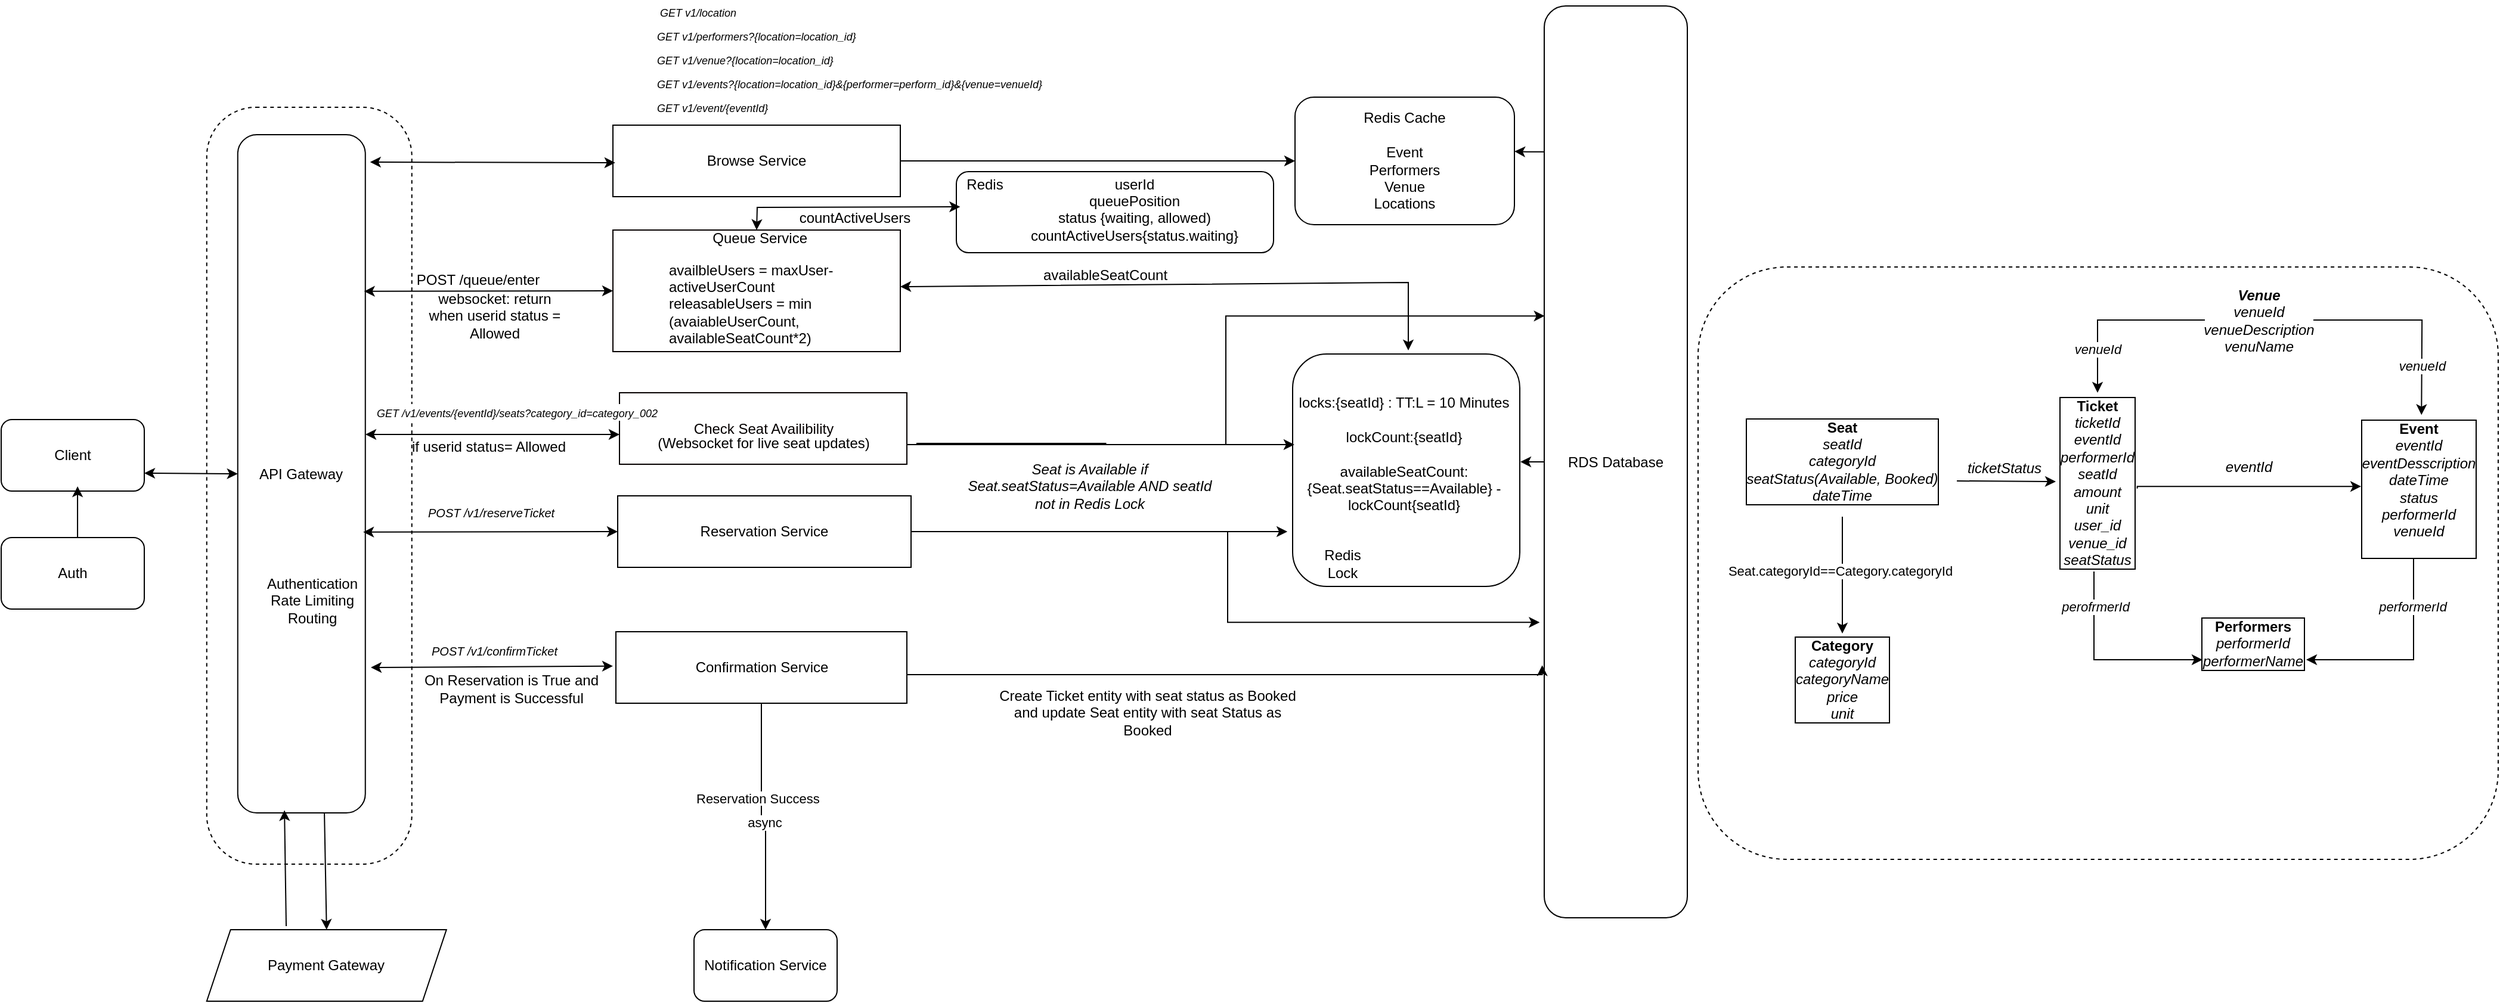
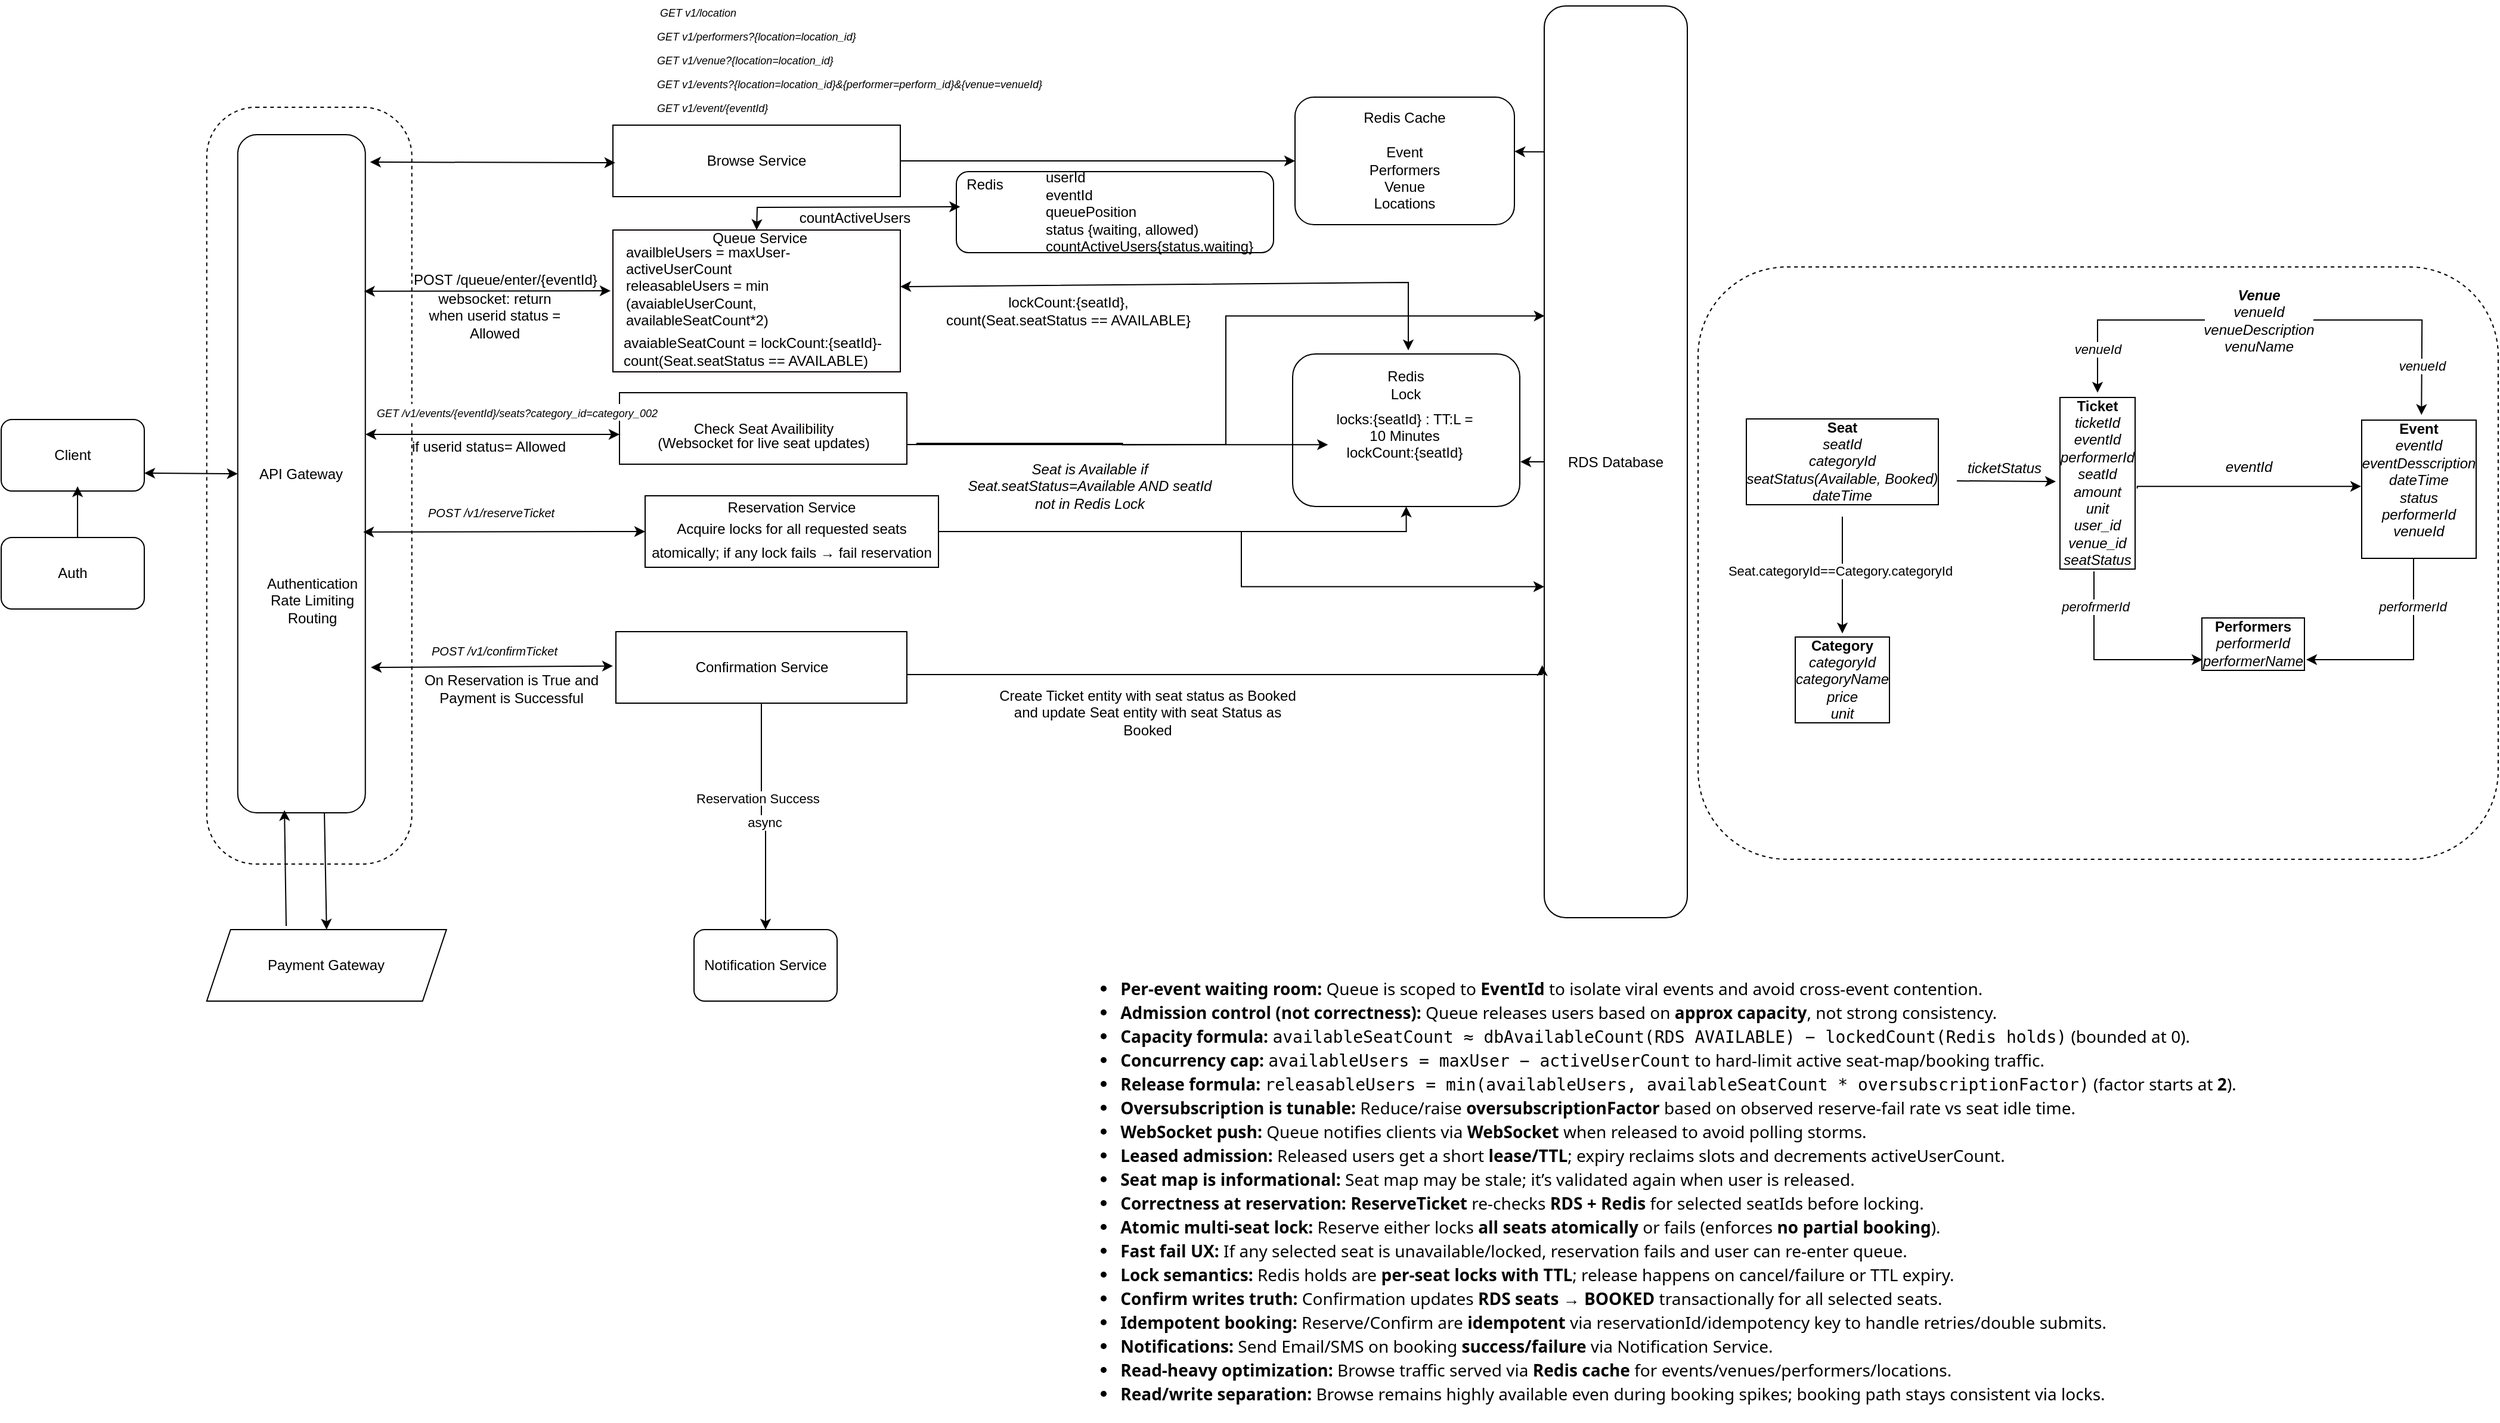
<mxfile host="Electron">
  <diagram name="Page-1" id="JTlsOs62jDvSGpNJLs1I">
-     <mxGraphModel dx="905" dy="1693" grid="0" gridSize="10" guides="1" tooltips="1" connect="1" arrows="1" fold="1" page="1" pageScale="1" pageWidth="850" pageHeight="1100" math="0" shadow="0">
+     <mxGraphModel dx="2867" dy="2977" grid="0" gridSize="10" guides="1" tooltips="1" connect="1" arrows="1" fold="1" page="1" pageScale="1" pageWidth="850" pageHeight="1100" math="0" shadow="0">
      <root>
        <mxCell id="0" />
        <mxCell id="1" parent="0" />
        <mxCell id="8WxnnMFKF0vpLti6PXvg-32" parent="1" style="rounded=1;whiteSpace=wrap;html=1;fillColor=none;dashed=1;" value="" vertex="1">
          <mxGeometry height="497" width="671" x="1471" y="112" as="geometry" />
        </mxCell>
        <mxCell id="8WxnnMFKF0vpLti6PXvg-46" parent="1" style="rounded=0;whiteSpace=wrap;html=1;strokeColor=#050000;fontColor=#FEFAE0;fillColor=none;" value="&lt;font style=&quot;color: rgb(5, 0, 0);&quot;&gt;Check Seat Availibility&lt;/font&gt;" vertex="1">
          <mxGeometry height="60" width="241" x="566.5" y="217.5" as="geometry" />
        </mxCell>
        <mxCell id="dMjLUbfOzXkTQUA531XS-1" parent="1" style="rounded=1;whiteSpace=wrap;html=1;" value="Client" vertex="1">
          <mxGeometry height="60" width="120" x="48" y="240" as="geometry" />
        </mxCell>
        <mxCell id="dMjLUbfOzXkTQUA531XS-3" edge="1" parent="1" style="endArrow=classic;startArrow=classic;html=1;rounded=0;exitX=0.464;exitY=1.008;exitDx=0;exitDy=0;exitPerimeter=0;" value="">
          <mxGeometry height="50" relative="1" width="50" as="geometry">
            <mxPoint x="112.04999999999984" y="296" as="sourcePoint" />
            <mxPoint x="112" y="366.02" as="targetPoint" />
          </mxGeometry>
        </mxCell>
        <mxCell id="dMjLUbfOzXkTQUA531XS-5" parent="1" style="rounded=1;whiteSpace=wrap;html=1;" value="Auth" vertex="1">
          <mxGeometry height="60" width="120" x="48" y="339" as="geometry" />
        </mxCell>
        <mxCell id="dMjLUbfOzXkTQUA531XS-8" parent="1" style="text;html=1;whiteSpace=wrap;strokeColor=none;fillColor=none;align=center;verticalAlign=middle;rounded=0;" value="JWT Authorizer" vertex="1">
          <mxGeometry height="30" width="88" x="269.37" y="116" as="geometry" />
        </mxCell>
        <mxCell id="dMjLUbfOzXkTQUA531XS-7" parent="1" style="rounded=1;whiteSpace=wrap;html=1;dashed=1;arcSize=24;" value="" vertex="1">
          <mxGeometry height="635" width="172" x="220.37" y="-22" as="geometry" />
        </mxCell>
        <mxCell id="dMjLUbfOzXkTQUA531XS-6" parent="1" style="rounded=1;whiteSpace=wrap;html=1;" value="API Gateway" vertex="1">
          <mxGeometry height="569" width="107" x="246.37" y="1" as="geometry" />
        </mxCell>
        <mxCell id="dMjLUbfOzXkTQUA531XS-13" edge="1" parent="1" source="dMjLUbfOzXkTQUA531XS-1" style="endArrow=classic;startArrow=classic;html=1;rounded=0;exitX=1;exitY=0.75;exitDx=0;exitDy=0;entryX=0;entryY=0.5;entryDx=0;entryDy=0;" target="dMjLUbfOzXkTQUA531XS-6" value="">
          <mxGeometry height="50" relative="1" width="50" as="geometry">
            <mxPoint x="188.37" y="358.5" as="sourcePoint" />
            <mxPoint x="463.37" y="318" as="targetPoint" />
          </mxGeometry>
        </mxCell>
        <mxCell id="dMjLUbfOzXkTQUA531XS-14" parent="1" style="text;html=1;whiteSpace=wrap;strokeColor=none;fillColor=none;align=center;verticalAlign=middle;rounded=0;" value="Authentication&lt;div&gt;Rate Limiting&lt;/div&gt;&lt;div&gt;Routing&lt;/div&gt;" vertex="1">
          <mxGeometry height="40" width="60" x="279.37" y="372" as="geometry" />
        </mxCell>
        <mxCell id="dMjLUbfOzXkTQUA531XS-15" parent="1" style="rounded=0;whiteSpace=wrap;html=1;" value="Browse Service" vertex="1">
          <mxGeometry height="60" width="241" x="561" y="-7" as="geometry" />
        </mxCell>
        <mxCell id="dMjLUbfOzXkTQUA531XS-84" edge="1" parent="1" style="edgeStyle=orthogonalEdgeStyle;rounded=0;orthogonalLoop=1;jettySize=auto;html=1;">
          <mxGeometry relative="1" as="geometry">
            <Array as="points">
              <mxPoint x="2071" y="441.5" />
            </Array>
            <mxPoint x="2071" y="356.5" as="sourcePoint" />
            <mxPoint x="1981" y="441.5" as="targetPoint" />
          </mxGeometry>
        </mxCell>
        <mxCell id="dMjLUbfOzXkTQUA531XS-90" connectable="0" parent="dMjLUbfOzXkTQUA531XS-84" style="edgeLabel;html=1;align=center;verticalAlign=middle;resizable=0;points=[];" value="&lt;i&gt;performerId&lt;/i&gt;" vertex="1">
          <mxGeometry relative="1" x="-0.5429" y="-1" as="geometry">
            <mxPoint as="offset" />
          </mxGeometry>
        </mxCell>
        <mxCell id="dMjLUbfOzXkTQUA531XS-21" parent="1" style="text;html=1;strokeColor=none;fillColor=none;align=center;verticalAlign=middle;rounded=0;labelBorderColor=default;" value="&lt;b&gt;Event&lt;/b&gt;&lt;br&gt;&lt;i&gt;eventId&lt;br&gt;eventDesscription&lt;br&gt;dateTime&lt;br&gt;status&lt;br&gt;performerId&lt;br&gt;venueId&lt;br&gt;&lt;br&gt;&lt;/i&gt;" vertex="1">
          <mxGeometry height="100" width="114" x="2018" y="247.5" as="geometry" />
        </mxCell>
        <mxCell id="dMjLUbfOzXkTQUA531XS-86" edge="1" parent="1" source="dMjLUbfOzXkTQUA531XS-25" style="edgeStyle=orthogonalEdgeStyle;rounded=0;orthogonalLoop=1;jettySize=auto;html=1;entryX=0.5;entryY=0;entryDx=0;entryDy=0;" target="dMjLUbfOzXkTQUA531XS-34">
          <mxGeometry relative="1" as="geometry" />
        </mxCell>
        <mxCell id="dMjLUbfOzXkTQUA531XS-88" connectable="0" parent="dMjLUbfOzXkTQUA531XS-86" style="edgeLabel;html=1;align=center;verticalAlign=middle;resizable=0;points=[];" value="&lt;i&gt;venueId&lt;/i&gt;" vertex="1">
          <mxGeometry relative="1" x="0.5068" as="geometry">
            <mxPoint as="offset" />
          </mxGeometry>
        </mxCell>
        <mxCell id="dMjLUbfOzXkTQUA531XS-87" edge="1" parent="1" source="dMjLUbfOzXkTQUA531XS-25" style="edgeStyle=orthogonalEdgeStyle;rounded=0;orthogonalLoop=1;jettySize=auto;html=1;">
          <mxGeometry relative="1" as="geometry">
            <mxPoint x="2077.647216796875" y="236.14708754595586" as="targetPoint" />
          </mxGeometry>
        </mxCell>
        <mxCell id="dMjLUbfOzXkTQUA531XS-89" connectable="0" parent="dMjLUbfOzXkTQUA531XS-87" style="edgeLabel;html=1;align=center;verticalAlign=middle;resizable=0;points=[];" value="&lt;i&gt;venueId&lt;/i&gt;" vertex="1">
          <mxGeometry relative="1" x="0.5135" as="geometry">
            <mxPoint as="offset" />
          </mxGeometry>
        </mxCell>
        <mxCell id="dMjLUbfOzXkTQUA531XS-25" parent="1" style="text;html=1;whiteSpace=wrap;strokeColor=none;fillColor=none;align=center;verticalAlign=middle;rounded=0;" value="&lt;i&gt;&lt;b&gt;Venue&lt;/b&gt;&lt;br&gt;venueId&lt;br&gt;venueDescription&lt;br&gt;venuName&lt;/i&gt;&lt;span style=&quot;color: rgba(0, 0, 0, 0); font-family: monospace; font-size: 0px; text-align: start; text-wrap-mode: nowrap;&quot;&gt;%3CmxGraphModel%3E%3Croot%3E%3CmxCell%20id%3D%220%22%2F%3E%3CmxCell%20id%3D%221%22%20parent%3D%220%22%2F%3E%3CmxCell%20id%3D%222%22%20parent%3D%221%22%20style%3D%22text%3Bhtml%3D1%3BwhiteSpace%3Dwrap%3BstrokeColor%3Dnone%3BfillColor%3Dnone%3Balign%3Dcenter%3BverticalAlign%3Dmiddle%3Brounded%3D0%3B%22%20value%3D%22%26lt%3Bb%26gt%3BEvent%26lt%3B%2Fb%26gt%3B%26lt%3Bbr%26gt%3B%26lt%3Bi%26gt%3BeventId%26lt%3Bbr%26gt%3BeventDesscription%26lt%3Bbr%26gt%3BdateTime%26lt%3Bbr%26gt%3Bstatus%26lt%3Bbr%26gt%3B%26lt%3Bbr%26gt%3B%26lt%3B%2Fi%26gt%3B%22%20vertex%3D%221%22%3E%3CmxGeometry%20height%3D%2233%22%20width%3D%22196%22%20x%3D%221063%22%20y%3D%22-10%22%20as%3D%22geometry%22%2F%3E%3C%2FmxCell%3E%3C%2Froot%3E%3C%2FmxGraphModel%3E&lt;/span&gt;" vertex="1">
          <mxGeometry height="67" width="91" x="1896" y="123" as="geometry" />
        </mxCell>
        <mxCell id="dMjLUbfOzXkTQUA531XS-26" parent="1" style="text;html=1;whiteSpace=wrap;strokeColor=none;fillColor=none;align=center;verticalAlign=middle;rounded=0;labelBorderColor=default;" value="&lt;b&gt;Performers&lt;/b&gt;&lt;br&gt;&lt;i&gt;performerId&lt;br&gt;performerName&lt;/i&gt;" vertex="1">
          <mxGeometry height="57" width="73" x="1900" y="399" as="geometry" />
        </mxCell>
        <mxCell id="dMjLUbfOzXkTQUA531XS-27" parent="1" style="text;html=1;whiteSpace=wrap;strokeColor=none;fillColor=none;align=left;verticalAlign=middle;rounded=0;fontFamily=Helvetica;" value="&lt;div style=&quot;line-height: 19px; white-space: pre;&quot;&gt;&lt;div style=&quot;line-height: 19px;&quot;&gt;&lt;div style=&quot;line-height: 19px;&quot;&gt;&lt;div style=&quot;line-height: 19px;&quot;&gt;&lt;div style=&quot;line-height: 19px;&quot;&gt;&lt;div style=&quot;line-height: 19px;&quot;&gt;&lt;div style=&quot;line-height: 19px;&quot;&gt;&lt;i style=&quot;&quot;&gt;&lt;font style=&quot;font-size: 9px;&quot;&gt;&lt;span&gt;&amp;nbsp;GET v&lt;/span&gt;&lt;span&gt;1&lt;/span&gt;&lt;span&gt;/location&lt;br&gt;&lt;/span&gt;&lt;/font&gt;&lt;/i&gt;&lt;div style=&quot;line-height: 19px;&quot;&gt;&lt;i&gt;&lt;font style=&quot;font-size: 9px;&quot;&gt;&lt;span&gt;GET v&lt;/span&gt;&lt;span&gt;1&lt;/span&gt;&lt;span&gt;/performers?{&lt;/span&gt;&lt;span&gt;location=location_id&lt;/span&gt;&lt;span&gt;}&lt;br&gt;&lt;/span&gt;&lt;/font&gt;&lt;/i&gt;&lt;div style=&quot;line-height: 19px;&quot;&gt;&lt;i&gt;&lt;font style=&quot;font-size: 9px;&quot;&gt;&lt;span&gt;GET v&lt;/span&gt;&lt;span&gt;1&lt;/span&gt;&lt;span&gt;/venue?{&lt;/span&gt;&lt;span&gt;location=location_id&lt;/span&gt;&lt;span&gt;}&lt;br&gt;&lt;/span&gt;&lt;/font&gt;&lt;/i&gt;&lt;div style=&quot;line-height: 19px;&quot;&gt;&lt;i&gt;&lt;font style=&quot;font-size: 9px;&quot;&gt;&lt;span&gt;GET v&lt;/span&gt;&lt;span&gt;1&lt;/span&gt;&lt;span&gt;/events?{&lt;/span&gt;&lt;span&gt;location=location_id&lt;/span&gt;&lt;span&gt;}&amp;amp;{&lt;/span&gt;&lt;span&gt;performer=perform_id&lt;/span&gt;&lt;span&gt;}&amp;amp;{&lt;/span&gt;&lt;span&gt;venue=venueId&lt;/span&gt;&lt;span&gt;}&lt;br&gt;&lt;/span&gt;&lt;/font&gt;&lt;/i&gt;&lt;div style=&quot;line-height: 19px;&quot;&gt;&lt;i&gt;&lt;font style=&quot;font-size: 9px;&quot;&gt;&lt;span&gt;GET v&lt;/span&gt;&lt;span&gt;1&lt;/span&gt;&lt;span&gt;/event/{&lt;/span&gt;&lt;span&gt;eventId&lt;/span&gt;&lt;span&gt;}&lt;/span&gt;&lt;/font&gt;&lt;/i&gt;&lt;div style=&quot;line-height: 19px;&quot;&gt;&lt;span&gt;&lt;span style=&quot;color: rgb(181, 206, 168); font-size: 14px; background-color: rgb(18, 19, 20);&quot;&gt;&lt;br&gt;&lt;/span&gt;&lt;/span&gt;&lt;/div&gt;&lt;span style=&quot;font-size: 14px; background-color: rgb(18, 19, 20); color: rgb(212, 212, 212);&quot;&gt;&lt;/span&gt;&lt;/div&gt;&lt;span style=&quot;font-size: 14px; background-color: rgb(18, 19, 20); color: rgb(212, 212, 212);&quot;&gt;&lt;/span&gt;&lt;/div&gt;&lt;span style=&quot;font-size: 14px; background-color: rgb(18, 19, 20); color: rgb(212, 212, 212);&quot;&gt;&lt;/span&gt;&lt;/div&gt;&lt;span style=&quot;font-size: 14px; background-color: rgb(18, 19, 20); color: rgb(212, 212, 212);&quot;&gt;&lt;/span&gt;&lt;/div&gt;&lt;span style=&quot;font-size: 14px; background-color: rgb(18, 19, 20); color: rgb(212, 212, 212);&quot;&gt;&lt;/span&gt;&lt;/div&gt;&lt;/div&gt;&lt;span style=&quot;color: rgb(212, 212, 212); font-size: 14px; background-color: rgb(18, 19, 20);&quot;&gt;&lt;/span&gt;&lt;/div&gt;&lt;span style=&quot;color: rgb(212, 212, 212); font-size: 14px; background-color: rgb(18, 19, 20);&quot;&gt;&lt;/span&gt;&lt;/div&gt;&lt;span style=&quot;color: rgb(212, 212, 212); font-size: 14px; background-color: rgb(18, 19, 20);&quot;&gt;&lt;/span&gt;&lt;/div&gt;&lt;span style=&quot;color: rgb(212, 212, 212); font-size: 14px; background-color: rgb(18, 19, 20);&quot;&gt;&lt;/span&gt;&lt;/div&gt;&lt;span style=&quot;color: rgb(212, 212, 212); font-size: 14px; background-color: rgb(18, 19, 20);&quot;&gt;&lt;/span&gt;&lt;/div&gt;" vertex="1">
          <mxGeometry height="30" width="60" x="596" y="-67" as="geometry" />
        </mxCell>
-         <mxCell id="AtqJ98JdHEPPUzc0A_OA-58" edge="1" parent="1" source="dMjLUbfOzXkTQUA531XS-28" style="edgeStyle=orthogonalEdgeStyle;rounded=0;orthogonalLoop=1;jettySize=auto;html=1;">
-           <mxGeometry relative="1" as="geometry">
-             <mxPoint x="1126.578947368421" y="334" as="targetPoint" />
-           </mxGeometry>
-         </mxCell>
-         <mxCell id="dMjLUbfOzXkTQUA531XS-28" parent="1" style="rounded=0;whiteSpace=wrap;html=1;" value="Reservation Service" vertex="1">
-           <mxGeometry height="60" width="246" x="565" y="304" as="geometry" />
+         <mxCell id="AtqJ98JdHEPPUzc0A_OA-76" edge="1" parent="1" source="dMjLUbfOzXkTQUA531XS-28" style="edgeStyle=orthogonalEdgeStyle;rounded=0;orthogonalLoop=1;jettySize=auto;html=1;entryX=0.5;entryY=1;entryDx=0;entryDy=0;" target="8WxnnMFKF0vpLti6PXvg-3">
+           <mxGeometry relative="1" as="geometry" />
+         </mxCell>
+         <mxCell id="dMjLUbfOzXkTQUA531XS-28" parent="1" style="rounded=0;whiteSpace=wrap;html=1;align=center;" value="&lt;font face=&quot;Helvetica&quot;&gt;Reservation Service&lt;br&gt;&lt;/font&gt;&lt;div style=&quot;line-height: 20px;&quot;&gt;&lt;font face=&quot;Helvetica&quot;&gt;Acquire locks for all requested seats atomically; if any lock fails → fail reservation&lt;/font&gt;&lt;/div&gt;" vertex="1">
+           <mxGeometry height="60" width="246" x="588" y="304" as="geometry" />
        </mxCell>
        <mxCell id="dMjLUbfOzXkTQUA531XS-81" edge="1" parent="1" style="edgeStyle=orthogonalEdgeStyle;rounded=0;orthogonalLoop=1;jettySize=auto;html=1;" value="">
          <mxGeometry relative="1" as="geometry">
            <mxPoint x="1592" y="321.5" as="sourcePoint" />
            <mxPoint x="1592" y="419.5" as="targetPoint" />
          </mxGeometry>
        </mxCell>
        <mxCell id="dMjLUbfOzXkTQUA531XS-82" connectable="0" parent="dMjLUbfOzXkTQUA531XS-81" style="edgeLabel;html=1;align=center;verticalAlign=middle;resizable=0;points=[];" value="Seat.categoryId==Category.categoryId" vertex="1">
          <mxGeometry relative="1" x="-0.0865" y="-2" as="geometry">
            <mxPoint as="offset" />
          </mxGeometry>
        </mxCell>
        <mxCell id="dMjLUbfOzXkTQUA531XS-32" parent="1" style="text;html=1;whiteSpace=wrap;strokeColor=none;fillColor=none;align=center;verticalAlign=middle;rounded=0;labelBorderColor=default;" value="&lt;b&gt;Seat&lt;/b&gt;&lt;br&gt;&lt;i&gt;seatId&lt;br&gt;categoryId&lt;br&gt;seatStatus(Available, Booked)&lt;br&gt;dateTime&lt;/i&gt;" vertex="1">
          <mxGeometry height="33" width="192" x="1496" y="258.5" as="geometry" />
        </mxCell>
        <mxCell id="dMjLUbfOzXkTQUA531XS-33" parent="1" style="text;html=1;whiteSpace=wrap;strokeColor=none;fillColor=none;align=center;verticalAlign=middle;rounded=0;labelBorderColor=default;" value="&lt;b&gt;Category&lt;/b&gt;&lt;br&gt;&lt;i&gt;categoryId&lt;br&gt;categoryName&lt;br&gt;price&lt;br&gt;unit&lt;/i&gt;" vertex="1">
          <mxGeometry height="14" width="72" x="1556" y="450.5" as="geometry" />
        </mxCell>
        <mxCell id="dMjLUbfOzXkTQUA531XS-79" edge="1" parent="1" source="dMjLUbfOzXkTQUA531XS-34" style="edgeStyle=orthogonalEdgeStyle;rounded=0;orthogonalLoop=1;jettySize=auto;html=1;exitX=0.962;exitY=0.536;exitDx=0;exitDy=0;exitPerimeter=0;">
          <mxGeometry relative="1" as="geometry">
            <Array as="points">
              <mxPoint x="1839" y="296" />
            </Array>
            <mxPoint x="1862" y="296.5" as="sourcePoint" />
            <mxPoint x="2027.04347826087" y="296.07" as="targetPoint" />
          </mxGeometry>
        </mxCell>
        <mxCell id="dMjLUbfOzXkTQUA531XS-83" edge="1" parent="1" source="dMjLUbfOzXkTQUA531XS-34" style="edgeStyle=orthogonalEdgeStyle;rounded=0;orthogonalLoop=1;jettySize=auto;html=1;">
          <mxGeometry relative="1" as="geometry">
            <Array as="points">
              <mxPoint x="1803" y="441.5" />
            </Array>
            <mxPoint x="1894" y="441.5" as="targetPoint" />
          </mxGeometry>
        </mxCell>
        <mxCell id="dMjLUbfOzXkTQUA531XS-91" connectable="0" parent="dMjLUbfOzXkTQUA531XS-83" style="edgeLabel;html=1;align=center;verticalAlign=middle;resizable=0;points=[];" value="&lt;i&gt;perofrmerId&lt;/i&gt;" vertex="1">
          <mxGeometry relative="1" x="-0.6414" y="1" as="geometry">
            <mxPoint as="offset" />
          </mxGeometry>
        </mxCell>
        <mxCell id="dMjLUbfOzXkTQUA531XS-34" parent="1" style="text;html=1;whiteSpace=wrap;strokeColor=none;fillColor=none;align=center;verticalAlign=middle;rounded=0;labelBorderColor=default;" value="&lt;b&gt;Ticket&lt;/b&gt;&lt;br&gt;&lt;i&gt;ticketId&lt;br&gt;eventId&lt;br&gt;performerId&lt;br&gt;seatId&lt;br&gt;amount&lt;br&gt;unit&lt;br&gt;user_id&lt;br&gt;venue_id&lt;br&gt;seatStatus&lt;/i&gt;" vertex="1">
          <mxGeometry height="150" width="72" x="1770" y="217.5" as="geometry" />
        </mxCell>
        <mxCell id="dMjLUbfOzXkTQUA531XS-37" parent="1" style="rounded=1;whiteSpace=wrap;html=1;" value="Redis Cache&lt;br&gt;&lt;br&gt;Event&lt;br&gt;Performers&lt;br&gt;Venue&lt;br&gt;Locations" vertex="1">
          <mxGeometry height="107" width="184" x="1133" y="-30.5" as="geometry" />
        </mxCell>
        <mxCell id="dMjLUbfOzXkTQUA531XS-47" parent="1" style="text;whiteSpace=wrap;html=1;fontFamily=Helvetica;" value="&lt;span style=&quot;color: rgb(0, 0, 0); font-size: 10px; font-style: italic; font-variant-ligatures: normal; font-variant-caps: normal; font-weight: 400; letter-spacing: normal; orphans: 2; text-align: right; text-indent: 0px; text-transform: none; widows: 2; word-spacing: 0px; -webkit-text-stroke-width: 0px; white-space: pre; background-color: rgb(255, 255, 255); text-decoration-thickness: initial; text-decoration-style: initial; text-decoration-color: initial; float: none; display: inline !important;&quot;&gt;POST /v1/confirmTicket&lt;/span&gt;" vertex="1">
          <mxGeometry height="36" width="149" x="406.9961162860577" y="420.0031144831728" as="geometry" />
        </mxCell>
        <mxCell id="dMjLUbfOzXkTQUA531XS-55" parent="1" style="shape=parallelogram;perimeter=parallelogramPerimeter;whiteSpace=wrap;html=1;fixedSize=1;" value="Payment Gateway" vertex="1">
          <mxGeometry height="60" width="201" x="220.37" y="668" as="geometry" />
        </mxCell>
        <mxCell id="dMjLUbfOzXkTQUA531XS-64" edge="1" parent="1" source="dMjLUbfOzXkTQUA531XS-57" style="edgeStyle=orthogonalEdgeStyle;rounded=0;orthogonalLoop=1;jettySize=auto;html=1;" target="dMjLUbfOzXkTQUA531XS-63" value="">
          <mxGeometry relative="1" as="geometry" />
        </mxCell>
        <mxCell id="dMjLUbfOzXkTQUA531XS-65" connectable="0" parent="dMjLUbfOzXkTQUA531XS-64" style="edgeLabel;html=1;align=center;verticalAlign=middle;resizable=0;points=[];" value="async" vertex="1">
          <mxGeometry relative="1" x="0.0693" y="-1" as="geometry">
            <mxPoint as="offset" />
          </mxGeometry>
        </mxCell>
        <mxCell id="dMjLUbfOzXkTQUA531XS-57" parent="1" style="rounded=0;whiteSpace=wrap;html=1;" value="Confirmation Service" vertex="1">
          <mxGeometry height="60" width="244" x="563.5" y="418" as="geometry" />
        </mxCell>
        <mxCell id="dMjLUbfOzXkTQUA531XS-63" parent="1" style="rounded=1;whiteSpace=wrap;html=1;" value="Notification Service" vertex="1">
          <mxGeometry height="60" width="120" x="629" y="668" as="geometry" />
        </mxCell>
        <mxCell id="dMjLUbfOzXkTQUA531XS-67" parent="1" style="text;html=1;whiteSpace=wrap;strokeColor=none;fillColor=none;align=center;verticalAlign=middle;rounded=0;" value="&lt;i&gt;ticketStatus&lt;/i&gt;" vertex="1">
          <mxGeometry height="32.5" width="62" x="1697" y="264.5" as="geometry" />
        </mxCell>
        <mxCell id="dMjLUbfOzXkTQUA531XS-73" edge="1" parent="1" source="dMjLUbfOzXkTQUA531XS-32" style="endArrow=classic;html=1;rounded=0;exitX=1;exitY=1;exitDx=0;exitDy=0;" value="">
          <mxGeometry height="50" relative="1" width="50" as="geometry">
            <mxPoint x="1848" y="188.5" as="sourcePoint" />
            <mxPoint x="1771" y="292" as="targetPoint" />
          </mxGeometry>
        </mxCell>
        <mxCell id="dMjLUbfOzXkTQUA531XS-80" parent="1" style="text;html=1;whiteSpace=wrap;strokeColor=none;fillColor=none;align=center;verticalAlign=middle;rounded=0;" value="&lt;i&gt;eventId&lt;/i&gt;" vertex="1">
          <mxGeometry height="32" width="158" x="1854" y="263.5" as="geometry" />
        </mxCell>
        <mxCell id="8WxnnMFKF0vpLti6PXvg-3" parent="1" style="rounded=1;whiteSpace=wrap;html=1;" value="&lt;span style=&quot;color: rgba(0, 0, 0, 0); font-family: monospace; font-size: 0px; text-align: start; white-space: nowrap;&quot;&gt;%3CmxGraphModel%3E%3Croot%3E%3CmxCell%20id%3D%220%22%2F%3E%3CmxCell%20id%3D%221%22%20parent%3D%220%22%2F%3E%3CmxCell%20id%3D%222%22%20parent%3D%221%22%20style%3D%22rounded%3D1%3BwhiteSpace%3Dwrap%3Bhtml%3D1%3B%22%20value%3D%22Redis%20Cache%20Layer%26lt%3Bbr%26gt%3BTTL%22%20vertex%3D%221%22%3E%3CmxGeometry%20height%3D%22107%22%20width%3D%22120%22%20x%3D%221192%22%20y%3D%22-30.5%22%20as%3D%22geometry%22%2F%3E%3C%2FmxCell%3E%3C%2Froot%3E%3C%2FmxGraphModel%3E&lt;/span&gt;" vertex="1">
-           <mxGeometry height="195" width="190.5" x="1131" y="185" as="geometry" />
+           <mxGeometry height="128" width="190.5" x="1131" y="185" as="geometry" />
        </mxCell>
        <mxCell id="8WxnnMFKF0vpLti6PXvg-12" parent="1" style="text;html=1;whiteSpace=wrap;strokeColor=none;fillColor=none;align=center;verticalAlign=middle;rounded=0;" value="On Reservation is True and Payment is Successful" vertex="1">
          <mxGeometry height="30" width="196" x="378" y="450.5" as="geometry" />
        </mxCell>
        <mxCell id="8WxnnMFKF0vpLti6PXvg-27" parent="1" style="text;whiteSpace=wrap;html=1;fontColor=#FEFAE0;" value="&lt;span style=&quot;color: rgb(0, 0, 0); font-family: Helvetica; font-size: 11px; font-style: normal; font-variant-ligatures: normal; font-variant-caps: normal; font-weight: 400; letter-spacing: normal; orphans: 2; text-align: center; text-indent: 0px; text-transform: none; widows: 2; word-spacing: 0px; -webkit-text-stroke-width: 0px; white-space: nowrap; background-color: rgb(255, 255, 255); text-decoration-thickness: initial; text-decoration-style: initial; text-decoration-color: initial; display: inline !important; float: none;&quot;&gt;Reservation Success&lt;/span&gt;" vertex="1">
          <mxGeometry height="36" width="131" x="629.0007407407406" y="544.0018518518518" as="geometry" />
        </mxCell>
        <mxCell id="8WxnnMFKF0vpLti6PXvg-29" edge="1" parent="1" source="dMjLUbfOzXkTQUA531XS-6" style="endArrow=classic;html=1;rounded=0;fontColor=#FEFAE0;entryX=0.5;entryY=0;entryDx=0;entryDy=0;exitX=0.679;exitY=1;exitDx=0;exitDy=0;exitPerimeter=0;" target="dMjLUbfOzXkTQUA531XS-55" value="">
          <mxGeometry height="50" relative="1" width="50" as="geometry">
            <mxPoint x="715" y="503" as="sourcePoint" />
            <mxPoint x="765" y="453" as="targetPoint" />
          </mxGeometry>
        </mxCell>
        <mxCell id="8WxnnMFKF0vpLti6PXvg-30" edge="1" parent="1" style="endArrow=classic;html=1;rounded=0;fontColor=#FEFAE0;entryX=0.366;entryY=0.996;entryDx=0;entryDy=0;entryPerimeter=0;" target="dMjLUbfOzXkTQUA531XS-6" value="">
          <mxGeometry height="50" relative="1" width="50" as="geometry">
            <mxPoint x="287" y="665" as="sourcePoint" />
            <mxPoint x="786" y="515" as="targetPoint" />
          </mxGeometry>
        </mxCell>
        <mxCell id="8WxnnMFKF0vpLti6PXvg-31" parent="1" style="text;whiteSpace=wrap;html=1;" value="&lt;div style=&quot;forced-color-adjust: none; text-align: left;&quot;&gt;&lt;span style=&quot;forced-color-adjust: none; font-size: 10px; background-color: rgb(255, 255, 255); color: light-dark(rgb(0, 0, 0), rgb(255, 255, 255));&quot;&gt;&lt;i&gt;POST /v1/reserveTicket&lt;/i&gt;&lt;/span&gt;&lt;/div&gt;" vertex="1">
          <mxGeometry height="24" width="134" x="404" y="304" as="geometry" />
        </mxCell>
        <mxCell id="AtqJ98JdHEPPUzc0A_OA-51" edge="1" parent="1" source="8WxnnMFKF0vpLti6PXvg-43" style="edgeStyle=orthogonalEdgeStyle;rounded=0;orthogonalLoop=1;jettySize=auto;html=1;">
          <mxGeometry relative="1" as="geometry">
            <mxPoint x="1322.2941176470588" y="275.5000000000002" as="targetPoint" />
          </mxGeometry>
        </mxCell>
        <mxCell id="8WxnnMFKF0vpLti6PXvg-43" parent="1" style="rounded=1;whiteSpace=wrap;html=1;fillColor=none;" value="RDS Database" vertex="1">
          <mxGeometry height="765" width="120" x="1342" y="-107" as="geometry" />
        </mxCell>
        <mxCell id="8WxnnMFKF0vpLti6PXvg-49" edge="1" parent="1" style="endArrow=classic;startArrow=classic;html=1;rounded=0;fontColor=#FEFAE0;entryX=0.008;entryY=0.659;entryDx=0;entryDy=0;entryPerimeter=0;" value="">
          <mxGeometry height="50" relative="1" width="50" as="geometry">
            <mxPoint x="357.37" y="24" as="sourcePoint" />
            <mxPoint x="562.9279999999999" y="24.54000000000019" as="targetPoint" />
          </mxGeometry>
        </mxCell>
        <mxCell id="8WxnnMFKF0vpLti6PXvg-56" edge="1" parent="1" style="endArrow=classic;startArrow=classic;html=1;rounded=0;fontColor=#FEFAE0;entryX=0;entryY=0.5;entryDx=0;entryDy=0;" value="">
          <mxGeometry height="50" relative="1" width="50" as="geometry">
            <mxPoint x="358" y="448" as="sourcePoint" />
            <mxPoint x="561" y="446.82" as="targetPoint" />
          </mxGeometry>
        </mxCell>
        <mxCell id="8WxnnMFKF0vpLti6PXvg-61" edge="1" parent="1" source="dMjLUbfOzXkTQUA531XS-15" style="edgeStyle=orthogonalEdgeStyle;rounded=0;orthogonalLoop=1;jettySize=auto;html=1;entryX=0;entryY=0.5;entryDx=0;entryDy=0;fontColor=#FEFAE0;" target="dMjLUbfOzXkTQUA531XS-37">
          <mxGeometry relative="1" as="geometry">
            <mxPoint x="1127.54" y="23.160000000000082" as="targetPoint" />
          </mxGeometry>
        </mxCell>
        <mxCell id="8WxnnMFKF0vpLti6PXvg-63" parent="1" style="text;html=1;labelBackgroundColor=default;rounded=1;labelBorderColor=none;whiteSpace=wrap;fontFamily=Helvetica;" value="&lt;i style=&quot;forced-color-adjust: none; color: rgb(0, 0, 0); font-size: 12px; font-variant-ligatures: normal; font-variant-caps: normal; font-weight: 400; letter-spacing: normal; orphans: 2; text-align: left; text-indent: 0px; text-transform: none; widows: 2; word-spacing: 0px; -webkit-text-stroke-width: 0px; white-space: pre; text-decoration-thickness: initial; text-decoration-style: initial; text-decoration-color: initial;&quot;&gt;&lt;font style=&quot;forced-color-adjust: none; font-size: 9px;&quot;&gt;&lt;span style=&quot;forced-color-adjust: none;&quot;&gt;GET /v&lt;/span&gt;&lt;span style=&quot;forced-color-adjust: none;&quot;&gt;1&lt;/span&gt;&lt;span style=&quot;forced-color-adjust: none;&quot;&gt;/events/{&lt;/span&gt;&lt;span style=&quot;forced-color-adjust: none;&quot;&gt;eventId&lt;/span&gt;&lt;span style=&quot;forced-color-adjust: none;&quot;&gt;}/seats?category_id=category_&lt;/span&gt;&lt;/font&gt;&lt;/i&gt;&lt;span style=&quot;forced-color-adjust: none; color: rgb(0, 0, 0); font-size: 12px; font-style: normal; font-variant-ligatures: normal; font-variant-caps: normal; font-weight: 400; letter-spacing: normal; orphans: 2; text-align: left; text-indent: 0px; text-transform: none; widows: 2; word-spacing: 0px; -webkit-text-stroke-width: 0px; white-space: pre; text-decoration-thickness: initial; text-decoration-style: initial; text-decoration-color: initial;&quot;&gt;&lt;i style=&quot;forced-color-adjust: none;&quot;&gt;&lt;font style=&quot;forced-color-adjust: none; font-size: 9px;&quot;&gt;002&lt;/font&gt;&lt;/i&gt;&lt;/span&gt;" vertex="1">
          <mxGeometry height="36" width="235.63" x="361.37" y="220" as="geometry" />
        </mxCell>
        <mxCell id="8WxnnMFKF0vpLti6PXvg-73" parent="1" style="text;html=1;whiteSpace=wrap;align=center;verticalAlign=middle;rounded=0;" value="Create Ticket entity with seat status as Booked and update Seat entity with seat Status as Booked" vertex="1">
          <mxGeometry height="30" width="255" x="882" y="471" as="geometry" />
        </mxCell>
-         <mxCell id="AtqJ98JdHEPPUzc0A_OA-4" edge="1" parent="1" source="dMjLUbfOzXkTQUA531XS-6" style="endArrow=classic;startArrow=classic;html=1;rounded=0;entryX=0;entryY=0.5;entryDx=0;entryDy=0;exitX=0.99;exitY=0.231;exitDx=0;exitDy=0;exitPerimeter=0;" target="AtqJ98JdHEPPUzc0A_OA-16" value="">
+         <mxCell id="AtqJ98JdHEPPUzc0A_OA-4" edge="1" parent="1" source="dMjLUbfOzXkTQUA531XS-6" style="endArrow=classic;startArrow=classic;html=1;rounded=0;exitX=0.99;exitY=0.231;exitDx=0;exitDy=0;exitPerimeter=0;" value="">
          <mxGeometry height="50" relative="1" width="50" as="geometry">
            <mxPoint x="436" y="113" as="sourcePoint" />
-             <mxPoint x="548.8309999999999" y="188.79300000000012" as="targetPoint" />
+             <mxPoint x="559" y="132" as="targetPoint" />
          </mxGeometry>
        </mxCell>
        <mxCell id="AtqJ98JdHEPPUzc0A_OA-12" parent="1" style="text;html=1;whiteSpace=wrap;strokeColor=none;fillColor=none;align=center;verticalAlign=middle;rounded=0;" value="(Websocket for live seat updates)" vertex="1">
          <mxGeometry height="30" width="257" x="558.5" y="245" as="geometry" />
        </mxCell>
        <mxCell id="AtqJ98JdHEPPUzc0A_OA-16" parent="1" style="rounded=0;whiteSpace=wrap;html=1;strokeColor=#050000;fontColor=#FEFAE0;fillColor=none;" value="" vertex="1">
-           <mxGeometry height="102" width="241" x="561" y="81" as="geometry" />
+           <mxGeometry height="119" width="241" x="561" y="81" as="geometry" />
        </mxCell>
        <mxCell id="AtqJ98JdHEPPUzc0A_OA-33" edge="1" parent="1" source="dMjLUbfOzXkTQUA531XS-6" style="endArrow=classic;startArrow=classic;html=1;rounded=0;exitX=0.983;exitY=0.586;exitDx=0;exitDy=0;exitPerimeter=0;entryX=0;entryY=0.5;entryDx=0;entryDy=0;" target="dMjLUbfOzXkTQUA531XS-28" value="">
          <mxGeometry height="50" relative="1" width="50" as="geometry">
            <mxPoint x="750" y="466" as="sourcePoint" />
            <mxPoint x="800" y="416" as="targetPoint" />
          </mxGeometry>
        </mxCell>
        <mxCell id="AtqJ98JdHEPPUzc0A_OA-34" edge="1" parent="1" style="endArrow=classic;startArrow=classic;html=1;rounded=0;exitX=0.983;exitY=0.586;exitDx=0;exitDy=0;exitPerimeter=0;entryX=0;entryY=0.5;entryDx=0;entryDy=0;" value="">
          <mxGeometry height="50" relative="1" width="50" as="geometry">
            <mxPoint x="353.5" y="252.5" as="sourcePoint" />
            <mxPoint x="566.5" y="252.5" as="targetPoint" />
          </mxGeometry>
        </mxCell>
        <mxCell id="AtqJ98JdHEPPUzc0A_OA-37" parent="1" style="text;html=1;whiteSpace=wrap;strokeColor=none;fillColor=none;align=center;verticalAlign=middle;rounded=0;fontStyle=2;fontFamily=Helvetica;" value="Seat is Available if Seat.seatStatus=Available AND seatId not in Redis Lock" vertex="1">
          <mxGeometry height="30" width="222" x="850" y="280.5" as="geometry" />
        </mxCell>
        <mxCell id="AtqJ98JdHEPPUzc0A_OA-39" parent="1" style="text;html=1;whiteSpace=wrap;strokeColor=none;fillColor=none;align=center;verticalAlign=middle;rounded=0;" value="Queue Service&amp;nbsp;" vertex="1">
          <mxGeometry height="41" width="120" x="625.5" y="67" as="geometry" />
        </mxCell>
-         <mxCell id="AtqJ98JdHEPPUzc0A_OA-41" parent="1" style="text;html=1;whiteSpace=wrap;strokeColor=none;fillColor=none;align=center;verticalAlign=middle;rounded=0;" value="POST /queue/enter" vertex="1">
-           <mxGeometry height="30" width="118" x="389" y="108" as="geometry" />
-         </mxCell>
-         <mxCell id="AtqJ98JdHEPPUzc0A_OA-49" parent="1" style="text;html=1;whiteSpace=wrap;strokeColor=none;fillColor=none;align=center;verticalAlign=middle;rounded=0;" value="locks:{seatId} : TT:L = 10 Minutes&lt;br&gt;&lt;br&gt;lockCount:{seatId}&lt;br&gt;&lt;br&gt;availableSeatCount:{Seat.seatStatus==Available} - lockCount{seatId}&lt;br&gt;&lt;div&gt;&lt;br&gt;&lt;/div&gt;" vertex="1">
-           <mxGeometry height="100" width="183" x="1133" y="225.5" as="geometry" />
+         <mxCell id="AtqJ98JdHEPPUzc0A_OA-41" parent="1" style="text;html=1;whiteSpace=wrap;strokeColor=none;fillColor=none;align=center;verticalAlign=middle;rounded=0;" value="POST /queue/enter/{eventId}" vertex="1">
+           <mxGeometry height="30" width="164" x="389" y="108" as="geometry" />
+         </mxCell>
+         <mxCell id="AtqJ98JdHEPPUzc0A_OA-49" parent="1" style="text;html=1;whiteSpace=wrap;strokeColor=none;fillColor=none;align=center;verticalAlign=middle;rounded=0;" value="locks:{seatId} : TT:L = 10 Minutes&lt;br&gt;lockCount:{seatId}&lt;br&gt;&lt;br&gt;&lt;div&gt;&lt;br&gt;&lt;/div&gt;" vertex="1">
+           <mxGeometry height="45.5" width="128" x="1161" y="245" as="geometry" />
        </mxCell>
        <mxCell id="AtqJ98JdHEPPUzc0A_OA-50" parent="1" style="text;html=1;whiteSpace=wrap;strokeColor=none;fillColor=none;align=center;verticalAlign=middle;rounded=0;" value="Redis Lock" vertex="1">
-           <mxGeometry height="30" width="60" x="1143" y="345.5" as="geometry" />
+           <mxGeometry height="30" width="60" x="1196.25" y="195.5" as="geometry" />
        </mxCell>
        <mxCell id="AtqJ98JdHEPPUzc0A_OA-52" edge="1" parent="1" source="8WxnnMFKF0vpLti6PXvg-43" style="edgeStyle=orthogonalEdgeStyle;rounded=0;orthogonalLoop=1;jettySize=auto;html=1;exitX=-0.002;exitY=0.16;exitDx=0;exitDy=0;exitPerimeter=0;">
          <mxGeometry relative="1" as="geometry">
            <Array as="points">
              <mxPoint x="1327" y="15" />
            </Array>
            <mxPoint x="1336.7058823529412" y="15.499999999999773" as="sourcePoint" />
            <mxPoint x="1317" y="15" as="targetPoint" />
          </mxGeometry>
        </mxCell>
        <mxCell id="AtqJ98JdHEPPUzc0A_OA-54" edge="1" parent="1" style="endArrow=classic;startArrow=classic;html=1;rounded=0;exitX=1;exitY=0.5;exitDx=0;exitDy=0;" value="">
          <mxGeometry height="50" relative="1" width="50" as="geometry">
            <Array as="points">
              <mxPoint x="1228" y="125" />
            </Array>
            <mxPoint x="802" y="128.5" as="sourcePoint" />
            <mxPoint x="1228" y="182" as="targetPoint" />
          </mxGeometry>
        </mxCell>
-         <mxCell id="AtqJ98JdHEPPUzc0A_OA-55" parent="1" style="text;html=1;whiteSpace=wrap;strokeColor=none;fillColor=none;align=center;verticalAlign=middle;rounded=0;" value="availableSeatCount" vertex="1">
-           <mxGeometry height="30" width="60" x="944" y="104" as="geometry" />
-         </mxCell>
        <mxCell id="AtqJ98JdHEPPUzc0A_OA-56" edge="1" parent="1" source="AtqJ98JdHEPPUzc0A_OA-12" style="edgeStyle=orthogonalEdgeStyle;rounded=0;orthogonalLoop=1;jettySize=auto;html=1;entryX=-0.003;entryY=0.355;entryDx=0;entryDy=0;entryPerimeter=0;" target="AtqJ98JdHEPPUzc0A_OA-49">
          <mxGeometry relative="1" as="geometry" />
        </mxCell>
        <mxCell id="AtqJ98JdHEPPUzc0A_OA-57" edge="1" parent="1" source="8WxnnMFKF0vpLti6PXvg-46" style="edgeStyle=orthogonalEdgeStyle;rounded=0;orthogonalLoop=1;jettySize=auto;html=1;entryX=0.003;entryY=0.34;entryDx=0;entryDy=0;entryPerimeter=0;" target="8WxnnMFKF0vpLti6PXvg-43">
          <mxGeometry relative="1" as="geometry">
            <Array as="points">
              <mxPoint x="1075" y="261" />
              <mxPoint x="1075" y="153" />
            </Array>
          </mxGeometry>
        </mxCell>
-         <mxCell id="AtqJ98JdHEPPUzc0A_OA-59" edge="1" parent="1" source="dMjLUbfOzXkTQUA531XS-28" style="edgeStyle=orthogonalEdgeStyle;rounded=0;orthogonalLoop=1;jettySize=auto;html=1;entryX=-0.032;entryY=0.676;entryDx=0;entryDy=0;entryPerimeter=0;" target="8WxnnMFKF0vpLti6PXvg-43">
-           <mxGeometry relative="1" as="geometry" />
-         </mxCell>
        <mxCell id="AtqJ98JdHEPPUzc0A_OA-60" edge="1" parent="1" source="dMjLUbfOzXkTQUA531XS-57" style="edgeStyle=orthogonalEdgeStyle;rounded=0;orthogonalLoop=1;jettySize=auto;html=1;entryX=-0.014;entryY=0.723;entryDx=0;entryDy=0;entryPerimeter=0;" target="8WxnnMFKF0vpLti6PXvg-43">
          <mxGeometry relative="1" as="geometry">
            <Array as="points">
              <mxPoint x="1340" y="454" />
            </Array>
          </mxGeometry>
        </mxCell>
        <mxCell id="AtqJ98JdHEPPUzc0A_OA-61" parent="1" style="rounded=1;whiteSpace=wrap;html=1;" value="" vertex="1">
          <mxGeometry height="68" width="266" x="849" y="32" as="geometry" />
        </mxCell>
        <mxCell id="AtqJ98JdHEPPUzc0A_OA-62" edge="1" parent="1" source="AtqJ98JdHEPPUzc0A_OA-16" style="endArrow=classic;startArrow=classic;html=1;rounded=0;entryX=0.012;entryY=0.434;entryDx=0;entryDy=0;exitX=0.5;exitY=0;exitDx=0;exitDy=0;entryPerimeter=0;" target="AtqJ98JdHEPPUzc0A_OA-61" value="">
          <mxGeometry height="50" relative="1" width="50" as="geometry">
            <Array as="points">
              <mxPoint x="682" y="62" />
            </Array>
            <mxPoint x="700" y="62" as="sourcePoint" />
            <mxPoint x="928" y="266" as="targetPoint" />
          </mxGeometry>
        </mxCell>
        <mxCell id="AtqJ98JdHEPPUzc0A_OA-63" parent="1" style="text;html=1;whiteSpace=wrap;strokeColor=none;fillColor=none;align=center;verticalAlign=middle;rounded=0;" value="countActiveUsers" vertex="1">
          <mxGeometry height="30" width="60" x="734" y="56" as="geometry" />
        </mxCell>
        <mxCell id="AtqJ98JdHEPPUzc0A_OA-64" parent="1" style="text;html=1;whiteSpace=wrap;strokeColor=none;fillColor=none;align=left;verticalAlign=middle;rounded=0;labelBorderColor=none;" value="availbleUsers = maxUser-activeUserCount&lt;br&gt;releasableUsers = min (avaiableUserCount, availableSeatCount*2)" vertex="1">
-           <mxGeometry height="62" width="145" x="606" y="112" as="geometry" />
-         </mxCell>
-         <mxCell id="AtqJ98JdHEPPUzc0A_OA-67" parent="1" style="text;html=1;whiteSpace=wrap;strokeColor=none;fillColor=none;align=center;verticalAlign=middle;rounded=0;labelBorderColor=none;" value="userId&lt;br&gt;queuePosition&lt;br&gt;status {waiting, allowed)&lt;br&gt;countActiveUsers{status.waiting}&lt;br&gt;&lt;div&gt;&lt;br&gt;&lt;/div&gt;" vertex="1">
-           <mxGeometry width="161" x="918" y="71" as="geometry" />
+           <mxGeometry height="62" width="145" x="570" y="97" as="geometry" />
+         </mxCell>
+         <mxCell id="AtqJ98JdHEPPUzc0A_OA-67" parent="1" style="text;html=1;whiteSpace=wrap;strokeColor=none;fillColor=none;align=left;verticalAlign=middle;rounded=0;labelBorderColor=none;" value="userId&lt;br&gt;eventId&lt;br&gt;queuePosition&lt;br&gt;status {waiting, allowed)&lt;br&gt;countActiveUsers{status.waiting}&lt;br&gt;&lt;div&gt;&lt;br&gt;&lt;/div&gt;" vertex="1">
+           <mxGeometry width="161" x="922" y="73" as="geometry" />
        </mxCell>
        <mxCell id="AtqJ98JdHEPPUzc0A_OA-72" parent="1" style="text;html=1;whiteSpace=wrap;strokeColor=none;fillColor=none;align=center;verticalAlign=middle;rounded=0;" value="Redis" vertex="1">
          <mxGeometry height="30" width="60" x="843" y="28" as="geometry" />
        </mxCell>
        <mxCell id="AtqJ98JdHEPPUzc0A_OA-73" parent="1" style="text;html=1;whiteSpace=wrap;strokeColor=none;fillColor=none;align=center;verticalAlign=middle;rounded=0;" value="websocket: return when userid status = Allowed" vertex="1">
          <mxGeometry height="30" width="126" x="399" y="138" as="geometry" />
        </mxCell>
        <mxCell id="AtqJ98JdHEPPUzc0A_OA-74" parent="1" style="text;html=1;whiteSpace=wrap;strokeColor=none;fillColor=none;align=center;verticalAlign=middle;rounded=0;" value="if userid status= Allowed" vertex="1">
          <mxGeometry height="30" width="162" x="376" y="247.5" as="geometry" />
+         </mxCell>
+         <mxCell id="AtqJ98JdHEPPUzc0A_OA-77" edge="1" parent="1" source="dMjLUbfOzXkTQUA531XS-28" style="edgeStyle=orthogonalEdgeStyle;rounded=0;orthogonalLoop=1;jettySize=auto;html=1;entryX=0;entryY=0.637;entryDx=0;entryDy=0;entryPerimeter=0;" target="8WxnnMFKF0vpLti6PXvg-43">
+           <mxGeometry relative="1" as="geometry" />
+         </mxCell>
+         <mxCell id="AtqJ98JdHEPPUzc0A_OA-78" parent="1" style="text;html=1;whiteSpace=wrap;strokeColor=none;fillColor=none;align=center;verticalAlign=middle;rounded=0;" value="lockCount:{seatId}, &lt;br&gt;count(Seat.seatStatus == AVAILABLE}" vertex="1">
+           <mxGeometry height="30" width="246" x="820" y="134" as="geometry" />
+         </mxCell>
+         <mxCell id="AtqJ98JdHEPPUzc0A_OA-79" parent="1" style="text;html=1;whiteSpace=wrap;strokeColor=none;fillColor=none;align=left;verticalAlign=middle;rounded=0;" value="&lt;span style=&quot;&quot;&gt;avaiableSeatCount = lockCount:{seatId}- count(Seat.seatStatus == AVAILABLE)&amp;nbsp;&lt;/span&gt;" vertex="1">
+           <mxGeometry height="30" width="242" x="568" y="168" as="geometry" />
+         </mxCell>
+         <mxCell id="AtqJ98JdHEPPUzc0A_OA-80" parent="1" style="text;html=1;whiteSpace=wrap;strokeColor=none;fillColor=none;align=center;verticalAlign=middle;rounded=0;" value="&lt;div style=&quot;text-align: start; font-family: &amp;quot;Segoe UI&amp;quot;; font-size: 14px; line-height: 20px;&quot;&gt;&lt;ul&gt;&lt;li&gt;&lt;strong&gt;Per-event waiting room:&lt;/strong&gt; Queue is scoped to &lt;strong&gt;EventId&lt;/strong&gt; to isolate viral events and avoid cross-event contention.&lt;/li&gt;&lt;li&gt;&lt;strong&gt;Admission control (not correctness):&lt;/strong&gt; Queue releases users based on &lt;strong&gt;approx capacity&lt;/strong&gt;, not strong consistency.&lt;/li&gt;&lt;li&gt;&lt;strong&gt;Capacity formula:&lt;/strong&gt; &lt;code&gt;availableSeatCount ≈ dbAvailableCount(RDS AVAILABLE) − lockedCount(Redis holds)&lt;/code&gt; (bounded at 0).&lt;/li&gt;&lt;li&gt;&lt;strong&gt;Concurrency cap:&lt;/strong&gt; &lt;code&gt;availableUsers = maxUser − activeUserCount&lt;/code&gt; to hard-limit active seat-map/booking traffic.&lt;/li&gt;&lt;li&gt;&lt;strong&gt;Release formula:&lt;/strong&gt; &lt;code&gt;releasableUsers = min(availableUsers, availableSeatCount * oversubscriptionFactor)&lt;/code&gt; (factor starts at &lt;strong&gt;2&lt;/strong&gt;).&lt;/li&gt;&lt;li&gt;&lt;strong&gt;Oversubscription is tunable:&lt;/strong&gt; Reduce/raise &lt;strong&gt;oversubscriptionFactor&lt;/strong&gt; based on observed reserve-fail rate vs seat idle time.&lt;/li&gt;&lt;li&gt;&lt;strong&gt;WebSocket push:&lt;/strong&gt; Queue notifies clients via &lt;strong&gt;WebSocket&lt;/strong&gt; when released to avoid polling storms.&lt;/li&gt;&lt;li&gt;&lt;strong&gt;Leased admission:&lt;/strong&gt; Released users get a short &lt;strong&gt;lease/TTL&lt;/strong&gt;; expiry reclaims slots and decrements activeUserCount.&lt;/li&gt;&lt;li&gt;&lt;strong&gt;Seat map is informational:&lt;/strong&gt; Seat map may be stale; it’s validated again when user is released.&lt;/li&gt;&lt;li&gt;&lt;strong&gt;Correctness at reservation:&lt;/strong&gt; &lt;strong&gt;ReserveTicket&lt;/strong&gt; re-checks &lt;strong&gt;RDS + Redis&lt;/strong&gt; for selected seatIds before locking.&lt;/li&gt;&lt;li&gt;&lt;strong&gt;Atomic multi-seat lock:&lt;/strong&gt; Reserve either locks &lt;strong&gt;all seats atomically&lt;/strong&gt; or fails (enforces &lt;strong&gt;no partial booking&lt;/strong&gt;).&lt;/li&gt;&lt;li&gt;&lt;strong&gt;Fast fail UX:&lt;/strong&gt; If any selected seat is unavailable/locked, reservation fails and user can re-enter queue.&lt;/li&gt;&lt;li&gt;&lt;strong&gt;Lock semantics:&lt;/strong&gt; Redis holds are &lt;strong&gt;per-seat locks with TTL&lt;/strong&gt;; release happens on cancel/failure or TTL expiry.&lt;/li&gt;&lt;li&gt;&lt;strong&gt;Confirm writes truth:&lt;/strong&gt; Confirmation updates &lt;strong&gt;RDS seats → BOOKED&lt;/strong&gt; transactionally for all selected seats.&lt;/li&gt;&lt;li&gt;&lt;strong&gt;Idempotent booking:&lt;/strong&gt; Reserve/Confirm are &lt;strong&gt;idempotent&lt;/strong&gt; via reservationId/idempotency key to handle retries/double submits.&lt;/li&gt;&lt;li&gt;&lt;strong&gt;Notifications:&lt;/strong&gt; Send Email/SMS on booking &lt;strong&gt;success/failure&lt;/strong&gt; via Notification Service.&lt;/li&gt;&lt;li&gt;&lt;strong&gt;Read-heavy optimization:&lt;/strong&gt; Browse traffic served via &lt;strong&gt;Redis cache&lt;/strong&gt; for events/venues/performers/locations.&lt;/li&gt;&lt;li&gt;&lt;strong&gt;Read/write separation:&lt;/strong&gt; Browse remains highly available even during booking spikes; booking path stays consistent via locks.&lt;/li&gt;&lt;/ul&gt;&lt;/div&gt;" vertex="1">
+           <mxGeometry height="30" width="1293" x="788" y="872" as="geometry" />
        </mxCell>
      </root>
    </mxGraphModel>
  </diagram>
</mxfile>
